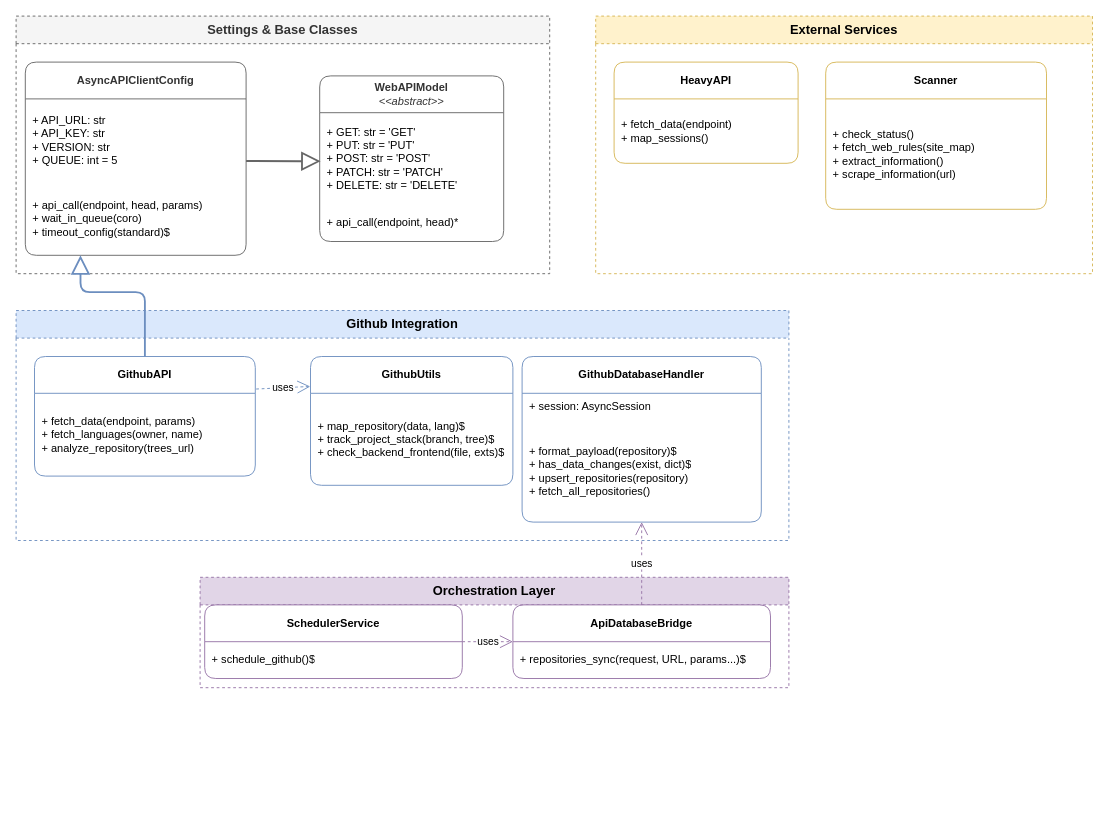
NexusWeave/webapp-Portfolio keeps this draw.io diagram as page "Class Diagram" (1 of 2) of backend/lib/services/docs/services.drawio. Above is the earlier version. Source tidied: cells renumbered, new cells numbered last; positions are measured from the earlier drawing's top-left corner, leaving out a move shared by most shapes. Both pictures are drawn from the tidied source at 92%, with x=0, y=0 at pixel (16, 16).
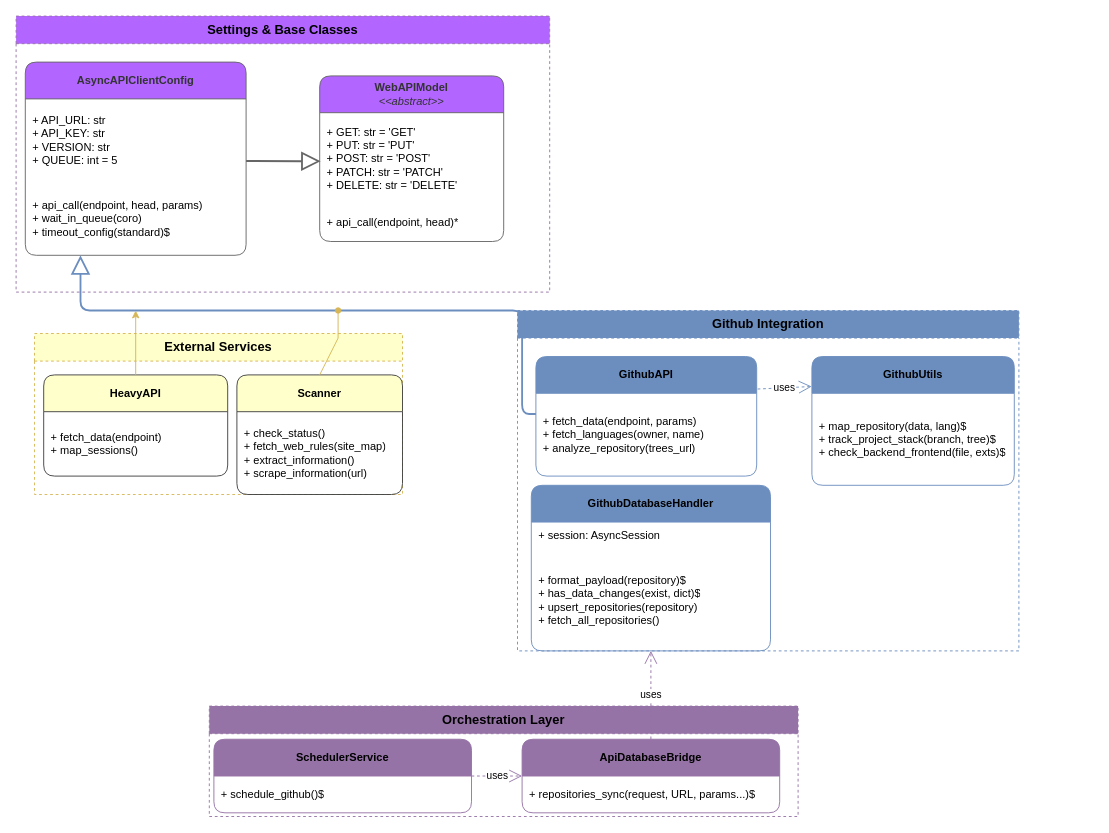
The same diagram, later.

Commit message:
docs(Diagram/Drawio): Added Architecture diagram.

Unchanged cells that the change refers to:
```xml
<mxCell id="12" value="+ fetch_data(endpoint, params)&#10;+ fetch_languages(owner, name)&#10;+ analyze_repository(trees_url)" style="text;strokeColor=none;fillColor=none;align=left;verticalAlign=middle;spacingLeft=6;spacingRight=6;overflow=hidden;whiteSpace=wrap;html=1;" parent="11" vertex="1">
  <mxGeometry y="40" width="240" height="90" as="geometry" />
</mxCell>
```

Change to the diagram source:
```diff
@@
-    <mxCell id="2" value="Settings &amp; Base Classes" style="swimlane;whiteSpace=wrap;html=1;startSize=30;fillColor=#f5f5f5;fontColor=#333333;strokeColor=#666666;fontStyle=1;fontSize=14;dashed=1;" parent="1" vertex="1">
-      <mxGeometry width="580" height="280" as="geometry" />
+    <mxCell id="2" value="Settings &amp;amp; Base Classes" style="swimlane;whiteSpace=wrap;html=1;startSize=30;fillColor=#B266FF;strokeColor=#9673a6;fontStyle=1;fontSize=14;dashed=1;" parent="1" vertex="1">
+      <mxGeometry width="580" height="300" as="geometry" />
     </mxCell>
-    <mxCell id="3" value="&lt;b&gt;AsyncAPIClientConfig&lt;/b&gt;" style="swimlane;fontStyle=0;horizontal=1;startSize=40;fillColor=#ffffff;whiteSpace=wrap;html=1;strokeColor=#666666;fontColor=#333333;rounded=1;arcSize=10;" parent="2" vertex="1">
+    <mxCell id="3" value="&lt;b&gt;AsyncAPIClientConfig&lt;/b&gt;" style="swimlane;fontStyle=0;horizontal=1;startSize=40;fillColor=#B266FF;whiteSpace=wrap;html=1;strokeColor=#666666;fontColor=#333333;rounded=1;arcSize=10;" parent="2" vertex="1">
       <mxGeometry x="10" y="50" width="240" height="210" as="geometry" />
     </mxCell>
@@
-    <mxCell id="6" value="&lt;b&gt;WebAPIModel&lt;/b&gt;&lt;br&gt;&lt;i&gt;&amp;lt;&amp;lt;abstract&amp;gt;&amp;gt;&lt;/i&gt;" style="swimlane;fontStyle=0;horizontal=1;startSize=40;fillColor=#ffffff;whiteSpace=wrap;html=1;strokeColor=#666666;fontColor=#333333;rounded=1;arcSize=10;" parent="2" vertex="1">
+    <mxCell id="6" value="&lt;b&gt;WebAPIModel&lt;/b&gt;&lt;br&gt;&lt;i&gt;&amp;lt;&amp;lt;abstract&amp;gt;&amp;gt;&lt;/i&gt;" style="swimlane;fontStyle=0;horizontal=1;startSize=40;fillColor=#B266FF;whiteSpace=wrap;html=1;strokeColor=#666666;fontColor=#333333;rounded=1;arcSize=10;" parent="2" vertex="1">
       <mxGeometry x="330" y="65" width="200" height="180" as="geometry" />
     </mxCell>
@@
-    <mxCell id="10" value="Github Integration" style="swimlane;whiteSpace=wrap;html=1;startSize=30;fillColor=#dae8fc;fontColor=#000000;strokeColor=#6c8ebf;fontStyle=1;fontSize=14;dashed=1;" parent="1" vertex="1">
-      <mxGeometry y="320" width="840" height="250" as="geometry" />
+    <mxCell id="10" value="Github Integration" style="swimlane;whiteSpace=wrap;html=1;startSize=30;fillColor=#6C8EBF;fontColor=#000000;strokeColor=#6C8EBF;fontStyle=1;fontSize=14;dashed=1;" parent="1" vertex="1">
+      <mxGeometry x="545" y="320" width="545" height="370" as="geometry" />
     </mxCell>
-    <mxCell id="11" value="&lt;b&gt;GithubAPI&lt;/b&gt;" style="swimlane;fontStyle=0;horizontal=1;startSize=40;fillColor=#ffffff;whiteSpace=wrap;html=1;strokeColor=#6c8ebf;rounded=1;arcSize=10;" parent="10" vertex="1">
+    <mxCell id="11" value="&lt;b&gt;GithubAPI&lt;/b&gt;" style="swimlane;fontStyle=0;horizontal=1;startSize=40;fillColor=#6C8EBF;whiteSpace=wrap;html=1;strokeColor=#6c8ebf;rounded=1;arcSize=10;" parent="10" vertex="1">
       <mxGeometry x="20" y="50" width="240" height="130" as="geometry" />
     </mxCell>
@@
-    <mxCell id="13" value="&lt;b&gt;GithubUtils&lt;/b&gt;" style="swimlane;fontStyle=0;horizontal=1;startSize=40;fillColor=#ffffff;whiteSpace=wrap;html=1;strokeColor=#6c8ebf;rounded=1;arcSize=10;" parent="10" vertex="1">
+    <mxCell id="13" value="&lt;b&gt;GithubUtils&lt;/b&gt;" style="swimlane;fontStyle=0;horizontal=1;startSize=40;fillColor=#6C8EBF;whiteSpace=wrap;html=1;strokeColor=#6c8ebf;rounded=1;arcSize=10;" parent="10" vertex="1">
       <mxGeometry x="320" y="50" width="220" height="140" as="geometry" />
     </mxCell>
@@
-    <mxCell id="15" value="&lt;b&gt;GithubDatabaseHandler&lt;/b&gt;" style="swimlane;fontStyle=0;horizontal=1;startSize=40;fillColor=#ffffff;whiteSpace=wrap;html=1;strokeColor=#6c8ebf;rounded=1;arcSize=10;" parent="10" vertex="1">
-      <mxGeometry x="550" y="50" width="260" height="180" as="geometry" />
+    <mxCell id="15" value="&lt;b&gt;GithubDatabaseHandler&lt;/b&gt;" style="swimlane;fontStyle=0;horizontal=1;startSize=40;fillColor=#6C8EBF;whiteSpace=wrap;html=1;strokeColor=#6c8ebf;rounded=1;arcSize=10;" parent="10" vertex="1">
+      <mxGeometry x="15" y="190" width="260" height="180" as="geometry" />
     </mxCell>
@@
-    <mxCell id="18" value="External Services" style="swimlane;whiteSpace=wrap;html=1;startSize=30;fillColor=#fff2cc;strokeColor=#d6b656;fontColor=#000000;fontStyle=1;fontSize=14;dashed=1;" parent="1" vertex="1">
-      <mxGeometry x="630" width="540" height="280" as="geometry" />
+    <mxCell id="18" value="External Services" style="swimlane;whiteSpace=wrap;html=1;startSize=30;fillColor=#FFFFCC;strokeColor=#d6b656;fontColor=#000000;fontStyle=1;fontSize=14;dashed=1;" parent="1" vertex="1">
+      <mxGeometry x="20" y="345" width="400" height="175" as="geometry" />
     </mxCell>
-    <mxCell id="19" value="&lt;b&gt;HeavyAPI&lt;/b&gt;" style="swimlane;fontStyle=0;horizontal=1;startSize=40;fillColor=#ffffff;whiteSpace=wrap;html=1;strokeColor=#d6b656;rounded=1;arcSize=10;" parent="18" vertex="1">
-      <mxGeometry x="20" y="50" width="200" height="110" as="geometry" />
+    <mxCell id="19" value="&lt;b&gt;HeavyAPI&lt;/b&gt;" style="swimlane;fontStyle=0;horizontal=1;startSize=40;fillColor=#FFFFCC;whiteSpace=wrap;html=1;strokeColor=#404040;rounded=1;arcSize=10;" parent="18" vertex="1">
+      <mxGeometry x="10" y="45" width="200" height="110" as="geometry" />
     </mxCell>
@@
-    <mxCell id="21" value="&lt;b&gt;Scanner&lt;/b&gt;" style="swimlane;fontStyle=0;horizontal=1;startSize=40;fillColor=#ffffff;whiteSpace=wrap;html=1;strokeColor=#d6b656;rounded=1;arcSize=10;" parent="18" vertex="1">
-      <mxGeometry x="250" y="50" width="240" height="160" as="geometry" />
+    <mxCell id="21" value="&lt;b&gt;Scanner&lt;/b&gt;" style="swimlane;fontStyle=0;horizontal=1;startSize=40;fillColor=#FFFFCC;whiteSpace=wrap;html=1;strokeColor=#404040;rounded=1;arcSize=10;" parent="18" vertex="1">
+      <mxGeometry x="220" y="45" width="180" height="130" as="geometry" />
     </mxCell>
     <mxCell id="22" value="+ check_status()&#10;+ fetch_web_rules(site_map)&#10;+ extract_information()&#10;+ scrape_information(url)" style="text;strokeColor=none;fillColor=none;align=left;verticalAlign=middle;spacingLeft=6;spacingRight=6;overflow=hidden;whiteSpace=wrap;html=1;" parent="21" vertex="1">
-      <mxGeometry y="40" width="240" height="120" as="geometry" />
+      <mxGeometry y="40" width="180" height="90" as="geometry" />
     </mxCell>
-    <mxCell id="23" value="Orchestration Layer" style="swimlane;whiteSpace=wrap;html=1;startSize=30;fillColor=#e1d5e7;strokeColor=#9673a6;fontColor=#000000;fontStyle=1;fontSize=14;dashed=1;" parent="1" vertex="1">
-      <mxGeometry x="200" y="610" width="640" height="120" as="geometry" />
+    <mxCell id="23" value="Orchestration Layer" style="swimlane;whiteSpace=wrap;html=1;startSize=30;fillColor=#9673A6;strokeColor=#9673A6;fontColor=#000000;fontStyle=1;fontSize=14;dashed=1;" parent="1" vertex="1">
+      <mxGeometry x="210" y="750" width="640" height="120" as="geometry" />
     </mxCell>
-    <mxCell id="24" value="&lt;b&gt;ApiDatabaseBridge&lt;/b&gt;" style="swimlane;fontStyle=0;horizontal=1;startSize=40;fillColor=#ffffff;whiteSpace=wrap;html=1;strokeColor=#9673a6;rounded=1;arcSize=10;" parent="23" vertex="1">
-      <mxGeometry x="340" y="30" width="280" height="80" as="geometry" />
+    <mxCell id="24" value="&lt;b&gt;ApiDatabaseBridge&lt;/b&gt;" style="swimlane;fontStyle=0;horizontal=1;startSize=40;fillColor=#9673A6;whiteSpace=wrap;html=1;strokeColor=#9673a6;rounded=1;arcSize=10;" parent="23" vertex="1">
+      <mxGeometry x="340" y="36" width="280" height="80" as="geometry" />
     </mxCell>
@@
-    <mxCell id="26" value="&lt;b&gt;SchedulerService&lt;/b&gt;" style="swimlane;fontStyle=0;horizontal=1;startSize=40;fillColor=#ffffff;whiteSpace=wrap;html=1;strokeColor=#9673a6;rounded=1;arcSize=10;" parent="23" vertex="1">
-      <mxGeometry x="5" y="30" width="280" height="80" as="geometry" />
+    <mxCell id="26" value="&lt;b&gt;SchedulerService&lt;/b&gt;" style="swimlane;fontStyle=0;horizontal=1;startSize=40;fillColor=#9673A6;whiteSpace=wrap;html=1;strokeColor=#9673a6;rounded=1;arcSize=10;" parent="23" vertex="1">
+      <mxGeometry x="5" y="36" width="280" height="80" as="geometry" />
     </mxCell>
@@
-    <mxCell id="29" style="endArrow=block;endSize=16;endFill=0;html=1;exitX=0.5;exitY=0;exitDx=0;exitDy=0;entryX=0.25;entryY=1;entryDx=0;entryDy=0;edgeStyle=orthogonalEdgeStyle;strokeWidth=2;strokeColor=#6c8ebf;" parent="1" edge="1" source="11" target="3">
+    <mxCell id="29" style="endArrow=block;endSize=16;endFill=0;html=1;exitX=0;exitY=0.25;exitDx=0;exitDy=0;entryX=0.25;entryY=1;entryDx=0;entryDy=0;edgeStyle=orthogonalEdgeStyle;strokeWidth=2;strokeColor=#6c8ebf;" parent="1" edge="1" source="12" target="3">
       <mxGeometry relative="1" as="geometry">
         <Array as="points">
-          <mxPoint x="120" y="300" />
-          <mxPoint x="330" y="300" />
+          <mxPoint x="550" y="433" />
+          <mxPoint x="550" y="320" />
+          <mxPoint x="70" y="320" />
         </Array>
       </mxGeometry>
     </mxCell>
     <mxCell id="30" value="uses" style="endArrow=open;endSize=12;dashed=1;html=1;exitX=1.004;exitY=0.272;exitDx=0;exitDy=0;entryX=-0.001;entryY=0.233;entryDx=0;entryDy=0;strokeColor=#6c8ebf;exitPerimeter=0;entryPerimeter=0;" parent="1" edge="1" source="11" target="13">
-      <mxGeometry relative="1" as="geometry">
-        <Array as="points">
-          <mxPoint x="310" y="403" />
-        </Array>
-      </mxGeometry>
+      <mxGeometry relative="1" as="geometry" />
     </mxCell>
@@
+    <mxCell id="32" style="edgeStyle=none;html=1;strokeColor=#d6b656;fillColor=#fff2cc;" parent="1" edge="1" source="19">
+      <mxGeometry relative="1" as="geometry">
+        <mxPoint x="130" y="320" as="targetPoint" />
+      </mxGeometry>
+    </mxCell>
+    <mxCell id="33" style="edgeStyle=none;html=1;exitX=0.5;exitY=0;exitDx=0;exitDy=0;endArrow=oval;endFill=1;strokeColor=#d6b656;rounded=0;curved=0;fillColor=#fff2cc;" parent="1" edge="1" source="21">
+      <mxGeometry relative="1" as="geometry">
+        <mxPoint x="350" y="320" as="targetPoint" />
+        <Array as="points">
+          <mxPoint x="350" y="350" />
+        </Array>
+      </mxGeometry>
+    </mxCell>
```
